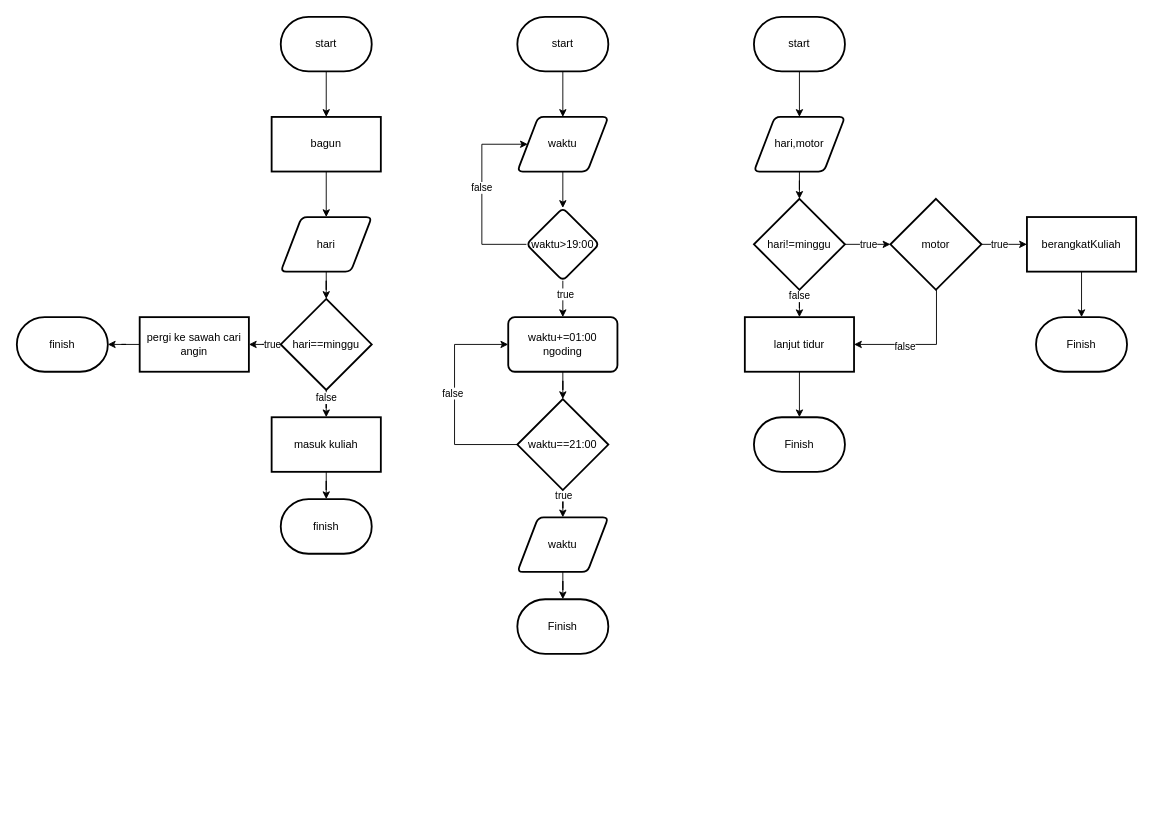
EkoRamadhan17/flowcard keeps this draw.io diagram as Untitled Diagram.drawio. Above is the earlier version. Source tidied: cells renumbered, new cells numbered last; positions are measured from the earlier drawing's top-left corner, leaving out a move shared by most shapes. Both pictures are drawn from the tidied source at 91%, with x=0, y=0 at pixel (16, 16).
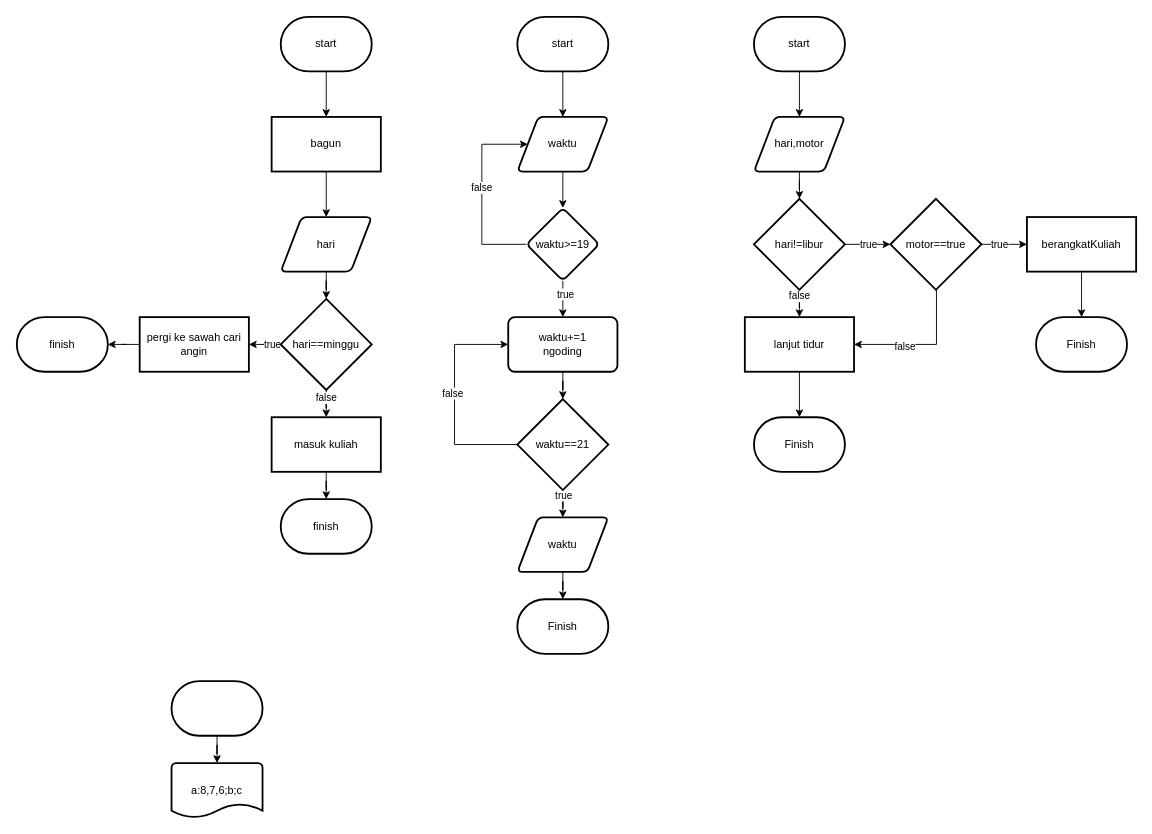
The same diagram, later.

The edit, as a diff of the source:
```diff
@@
-    <mxCell id="10" value="hari!=minggu" style="strokeWidth=2;html=1;shape=mxgraph.flowchart.decision;whiteSpace=wrap;" parent="1" vertex="1">
+    <mxCell id="10" value="hari!=libur" style="strokeWidth=2;html=1;shape=mxgraph.flowchart.decision;whiteSpace=wrap;" parent="1" vertex="1">
       <mxGeometry x="810" y="200" width="100" height="100" as="geometry" />
     </mxCell>
@@
-    <mxCell id="15" value="motor" style="strokeWidth=2;html=1;shape=mxgraph.flowchart.decision;whiteSpace=wrap;" parent="1" vertex="1">
+    <mxCell id="15" value="motor==true" style="strokeWidth=2;html=1;shape=mxgraph.flowchart.decision;whiteSpace=wrap;" parent="1" vertex="1">
       <mxGeometry x="960" y="200" width="100" height="100" as="geometry" />
     </mxCell>
@@
-    <mxCell id="30" value="waktu&amp;gt;19:00" style="rhombus;whiteSpace=wrap;html=1;strokeWidth=2;rounded=1;arcSize=12;" parent="1" vertex="1">
+    <mxCell id="30" value="waktu&amp;gt;=19" style="rhombus;whiteSpace=wrap;html=1;strokeWidth=2;rounded=1;arcSize=12;" parent="1" vertex="1">
       <mxGeometry x="560" y="210" width="80" height="80" as="geometry" />
     </mxCell>
@@
-    <mxCell id="32" value="&lt;div&gt;waktu+=01:00&lt;/div&gt;ngoding" style="whiteSpace=wrap;html=1;strokeWidth=2;rounded=1;arcSize=12;" parent="1" vertex="1">
+    <mxCell id="32" value="&lt;div&gt;waktu+=1&lt;/div&gt;ngoding" style="whiteSpace=wrap;html=1;strokeWidth=2;rounded=1;arcSize=12;" parent="1" vertex="1">
       <mxGeometry x="540" y="330" width="120" height="60" as="geometry" />
     </mxCell>
@@
-    <mxCell id="37" value="waktu==21:00" style="strokeWidth=2;html=1;shape=mxgraph.flowchart.decision;whiteSpace=wrap;" parent="1" vertex="1">
+    <mxCell id="37" value="waktu==21" style="strokeWidth=2;html=1;shape=mxgraph.flowchart.decision;whiteSpace=wrap;" parent="1" vertex="1">
       <mxGeometry x="550" y="420" width="100" height="100" as="geometry" />
     </mxCell>
@@
+    <mxCell id="58" style="edgeStyle=orthogonalEdgeStyle;rounded=0;jettySize=auto;html=1;" parent="1" edge="1" source="59" target="60">
+      <mxGeometry relative="1" as="geometry" />
+    </mxCell>
+    <mxCell id="59" style="strokeWidth=2;html=1;shape=mxgraph.flowchart.terminator;whiteSpace=wrap;" parent="1" vertex="1">
+      <mxGeometry x="170" y="730" width="100" height="60" as="geometry" />
+    </mxCell>
+    <mxCell id="60" value="a:8,7,6;b;c" style="strokeWidth=2;html=1;shape=mxgraph.flowchart.document2;whiteSpace=wrap;size=0.25;" parent="1" vertex="1">
+      <mxGeometry x="170" y="820" width="100" height="60" as="geometry" />
+    </mxCell>
```
